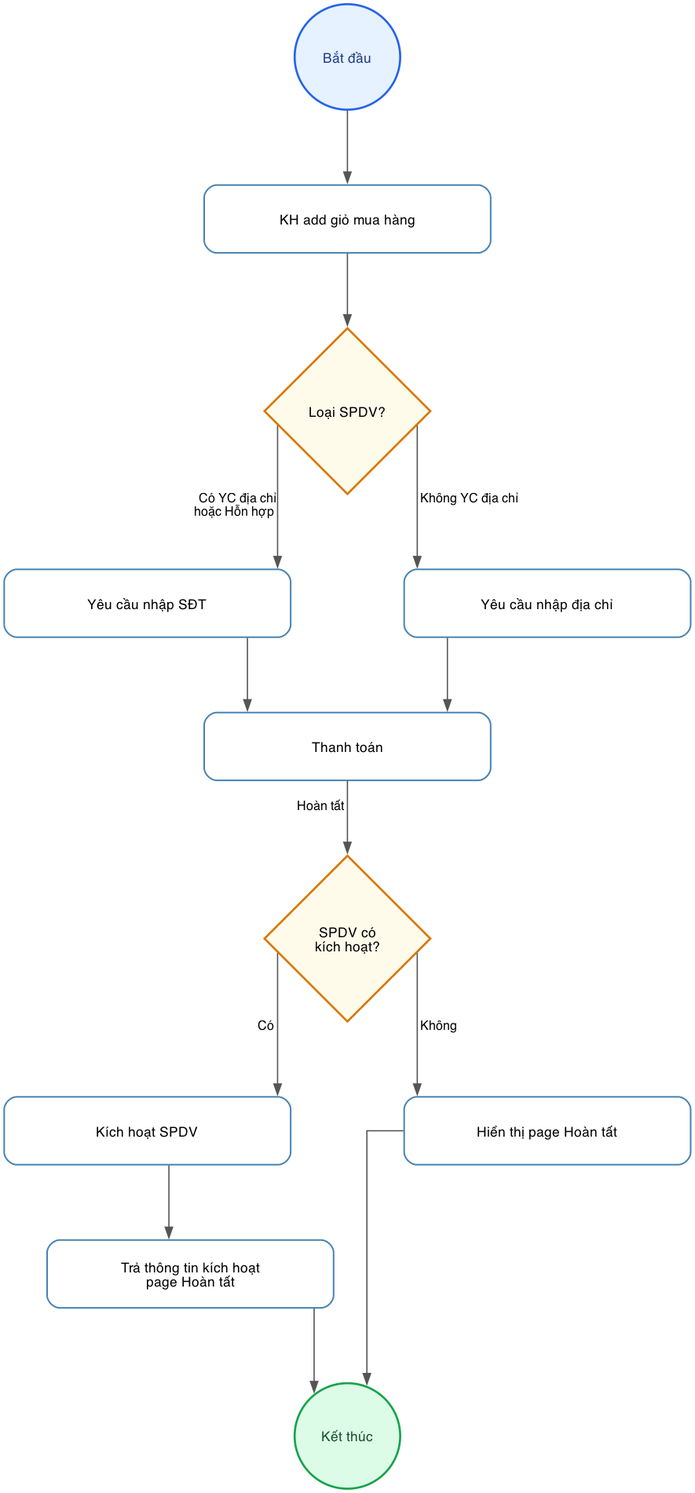
Before: diagrams/bpmn_shopping_cart.png, a diagram exported from Graphviz (hathuy2706-BA/FPT). Its source is kept beside it as diagrams/bpmn_shopping_cart.dot.
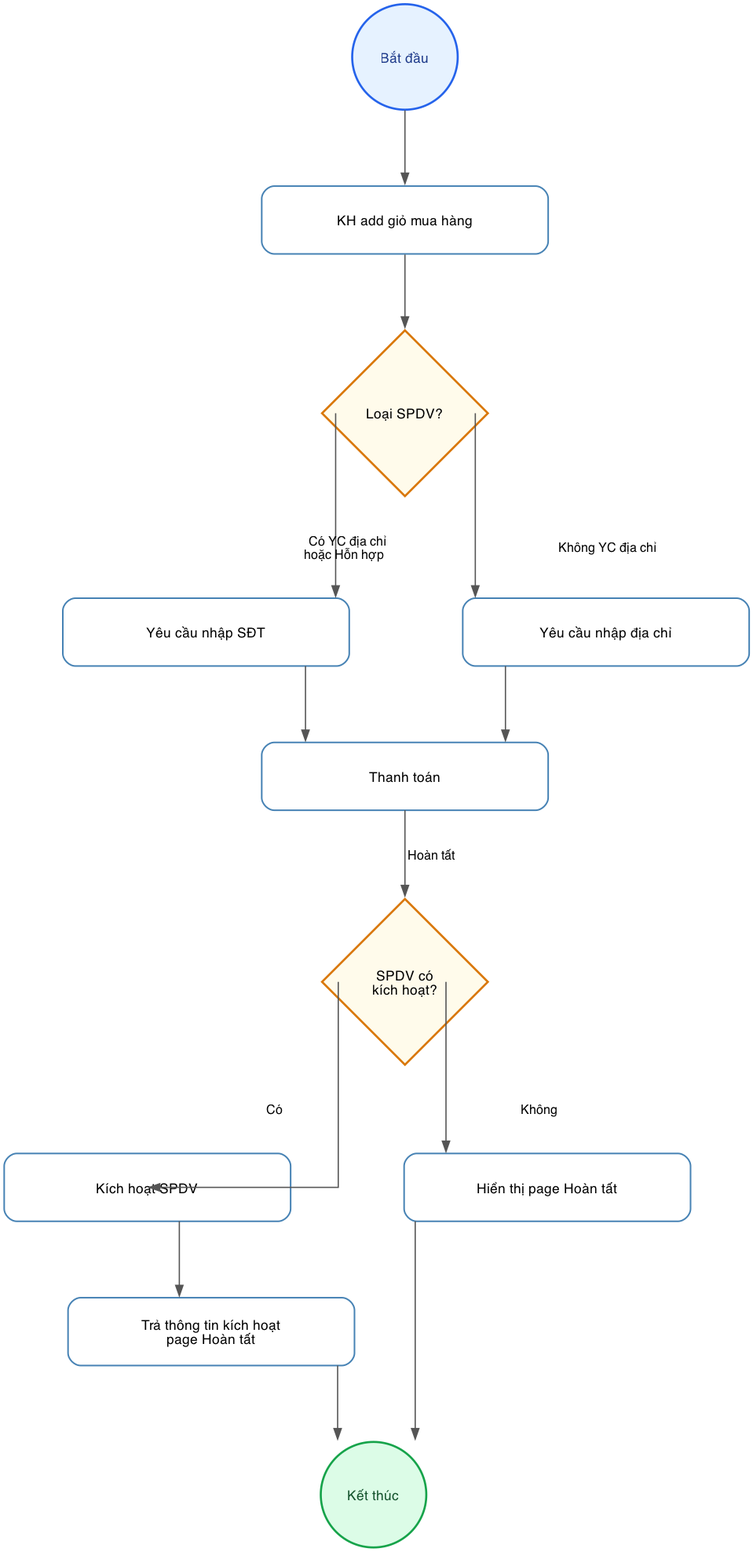
The same file after the commit.

Commit message:
Force explicit edge routing with ports for clean orthogonal branching

What changed in the source:
```diff
@@ -30,21 +30,21 @@
     start -> add_cart;
     add_cart -> check_type;
 
-    check_type -> req_phone [xlabel=" Có YC địa chỉ\nhoặc Hỗn hợp "];
-    check_type -> req_address [xlabel=" Không YC địa chỉ "];
+    check_type:w -> req_phone:n [label=" Có YC địa chỉ\nhoặc Hỗn hợp "];
+    check_type:e -> req_address:n [label=" Không YC địa chỉ "];
 
-    req_phone -> payment;
-    req_address -> payment;
+    req_phone:s -> payment:n;
+    req_address:s -> payment:n;
 
-    payment -> check_activation [xlabel=" Hoàn tất "];
+    payment:s -> check_activation:n [label=" Hoàn tất "];
 
-    check_activation -> activate [xlabel=" Có "];
-    check_activation -> show_thanks_no_activate [xlabel=" Không "];
+    check_activation:w -> activate:n [label=" Có "];
+    check_activation:e -> show_thanks_no_activate:n [label=" Không "];
 
-    activate -> show_thanks_activate;
+    activate:s -> show_thanks_activate:n;
 
-    show_thanks_activate -> end_node;
-    show_thanks_no_activate -> end_node;
+    show_thanks_activate:s -> end_node:n;
+    show_thanks_no_activate:s -> end_node:n;
 
     { rank=same; req_phone; req_address; }
     { rank=same; activate; show_thanks_no_activate; }
```
